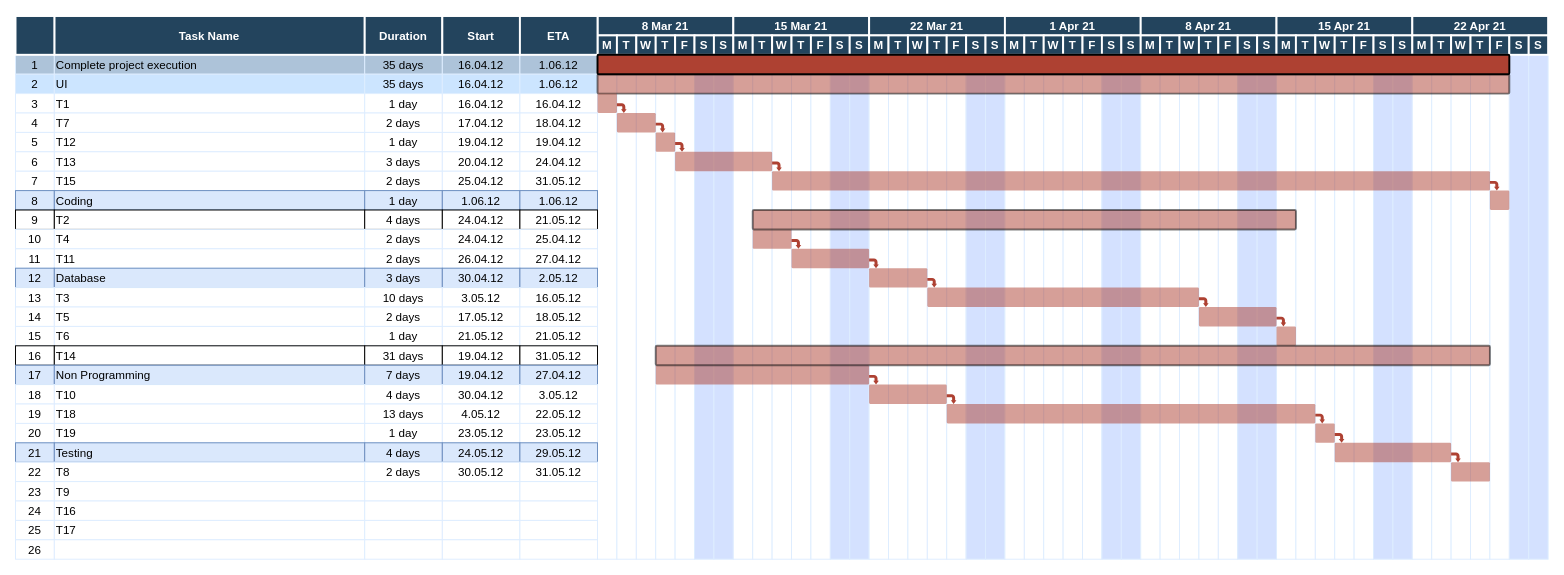
Earlier version of the draw.io diagram GanttChart.drawio (UEAHealthTracker/HealthTracker). Source tidied: cells renumbered, new cells numbered last; positions are measured from the earlier drawing's top-left corner, leaving out a move shared by most shapes. Both pictures are drawn from the tidied source at 97%, with x=0, y=0 at pixel (15, 16).
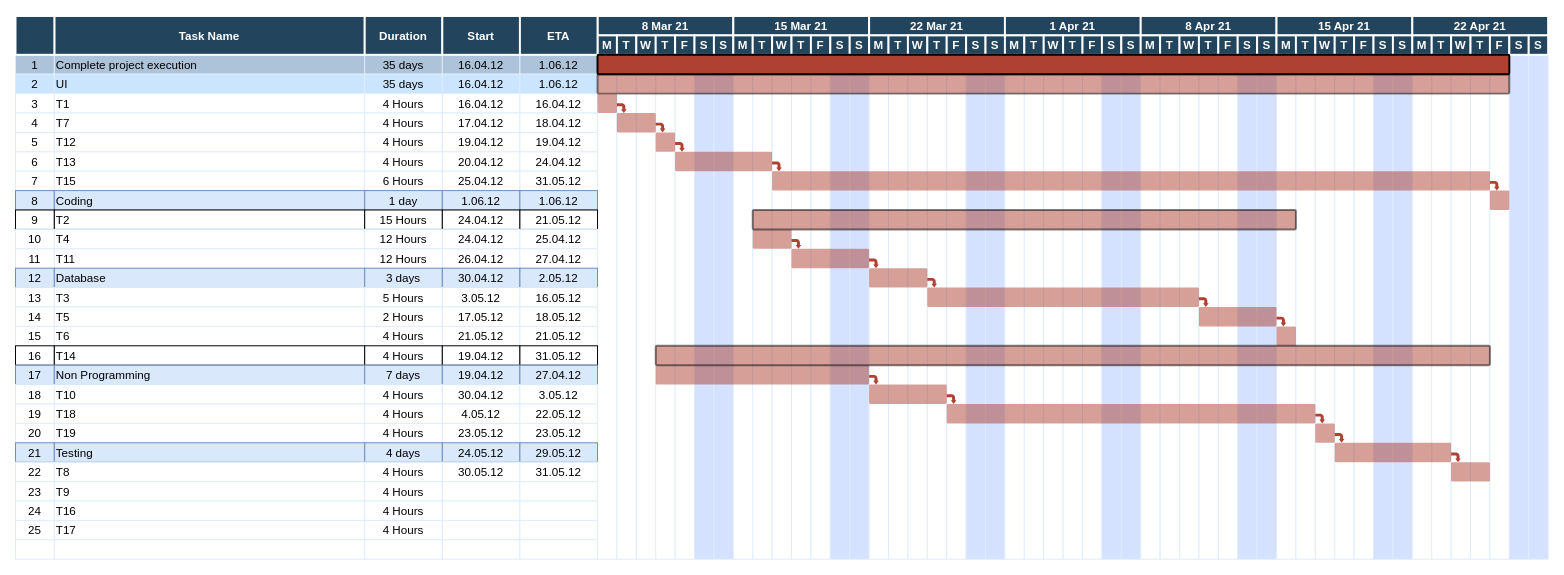
Above is the later version.

The edit, as a diff of the source:
```diff
@@
-    <mxCell id="15" value="1 day" style="strokeColor=#DEEDFF;" parent="1" vertex="1">
+    <mxCell id="15" value="4 Hours" style="strokeColor=#DEEDFF;" parent="1" vertex="1">
       <mxGeometry x="360.5" y="80" width="80" height="20" as="geometry" />
     </mxCell>
@@
-    <mxCell id="20" value="2 days" style="strokeColor=#DEEDFF;" parent="1" vertex="1">
+    <mxCell id="20" value="4 Hours" style="strokeColor=#DEEDFF;" parent="1" vertex="1">
       <mxGeometry x="360.5" y="100" width="80" height="20" as="geometry" />
     </mxCell>
@@
-    <mxCell id="25" value="1 day" style="strokeColor=#DEEDFF;" parent="1" vertex="1">
+    <mxCell id="25" value="4 Hours" style="strokeColor=#DEEDFF;" parent="1" vertex="1">
       <mxGeometry x="360.5" y="120" width="80" height="20" as="geometry" />
     </mxCell>
@@
-    <mxCell id="30" value="3 days" style="strokeColor=#DEEDFF;" parent="1" vertex="1">
+    <mxCell id="30" value="4 Hours" style="strokeColor=#DEEDFF;" parent="1" vertex="1">
       <mxGeometry x="360.5" y="140" width="80" height="20" as="geometry" />
     </mxCell>
@@
-    <mxCell id="35" value="2 days" style="strokeColor=#DEEDFF;" parent="1" vertex="1">
+    <mxCell id="35" value="6 Hours" style="strokeColor=#DEEDFF;" parent="1" vertex="1">
       <mxGeometry x="360.5" y="160" width="80" height="20" as="geometry" />
     </mxCell>
@@
-    <mxCell id="45" value="4 days" parent="1" vertex="1">
+    <mxCell id="45" value="15 Hours" parent="1" vertex="1">
       <mxGeometry x="360.5" y="200" width="80" height="20" as="geometry" />
     </mxCell>
@@
-    <mxCell id="50" value="2 days" style="strokeColor=#DEEDFF;" parent="1" vertex="1">
+    <mxCell id="50" value="12 Hours" style="strokeColor=#DEEDFF;" parent="1" vertex="1">
       <mxGeometry x="360.5" y="220" width="80" height="20" as="geometry" />
     </mxCell>
@@
-    <mxCell id="55" value="2 days" style="strokeColor=#DEEDFF;" parent="1" vertex="1">
+    <mxCell id="55" value="12 Hours" style="strokeColor=#DEEDFF;" parent="1" vertex="1">
       <mxGeometry x="360.5" y="240" width="80" height="20" as="geometry" />
     </mxCell>
@@
-    <mxCell id="65" value="10 days" style="strokeColor=#DEEDFF;" parent="1" vertex="1">
+    <mxCell id="65" value="5 Hours" style="strokeColor=#DEEDFF;" parent="1" vertex="1">
       <mxGeometry x="360.5" y="280" width="80" height="20" as="geometry" />
     </mxCell>
@@
-    <mxCell id="70" value="2 days" style="strokeColor=#DEEDFF;" parent="1" vertex="1">
+    <mxCell id="70" value="2 Hours" style="strokeColor=#DEEDFF;" parent="1" vertex="1">
       <mxGeometry x="360.5" y="300" width="80" height="20" as="geometry" />
     </mxCell>
@@
-    <mxCell id="75" value="1 day" style="strokeColor=#DEEDFF;fillColor=#FFFFFF;" parent="1" vertex="1">
+    <mxCell id="75" value="4 Hours" style="strokeColor=#DEEDFF;fillColor=#FFFFFF;" parent="1" vertex="1">
       <mxGeometry x="360.5" y="320" width="80" height="20" as="geometry" />
     </mxCell>
@@
-    <mxCell id="80" value="31 days" parent="1" vertex="1">
+    <mxCell id="80" value="4 Hours" parent="1" vertex="1">
       <mxGeometry x="360.5" y="340" width="80" height="20" as="geometry" />
     </mxCell>
@@
-    <mxCell id="90" value="4 days" style="strokeColor=#DEEDFF;" parent="1" vertex="1">
+    <mxCell id="90" value="4 Hours" style="strokeColor=#DEEDFF;" parent="1" vertex="1">
       <mxGeometry x="360.5" y="380" width="80" height="20" as="geometry" />
     </mxCell>
@@
-    <mxCell id="95" value="13 days" style="strokeColor=#DEEDFF;" parent="1" vertex="1">
+    <mxCell id="95" value="4 Hours" style="strokeColor=#DEEDFF;" parent="1" vertex="1">
       <mxGeometry x="360.5" y="400" width="80" height="20" as="geometry" />
     </mxCell>
@@
-    <mxCell id="100" value="1 day" style="strokeColor=#DEEDFF;" parent="1" vertex="1">
+    <mxCell id="100" value="4 Hours" style="strokeColor=#DEEDFF;" parent="1" vertex="1">
       <mxGeometry x="360.5" y="420" width="80" height="20" as="geometry" />
     </mxCell>
@@
-    <mxCell id="110" value="2 days" style="strokeColor=#DEEDFF;" parent="1" vertex="1">
+    <mxCell id="110" value="4 Hours" style="strokeColor=#DEEDFF;" parent="1" vertex="1">
       <mxGeometry x="360.5" y="460" width="80" height="20" as="geometry" />
     </mxCell>
@@
-    <mxCell id="115" style="strokeColor=#DEEDFF;" parent="1" vertex="1">
+    <mxCell id="115" value="4 Hours" style="strokeColor=#DEEDFF;" parent="1" vertex="1">
       <mxGeometry x="360.5" y="480" width="80" height="20" as="geometry" />
     </mxCell>
@@
-    <mxCell id="120" style="strokeColor=#DEEDFF;" parent="1" vertex="1">
+    <mxCell id="120" value="4 Hours" style="strokeColor=#DEEDFF;" parent="1" vertex="1">
       <mxGeometry x="360.5" y="500" width="80" height="20" as="geometry" />
     </mxCell>
@@
-    <mxCell id="125" style="strokeColor=#DEEDFF;" parent="1" vertex="1">
+    <mxCell id="125" value="4 Hours" style="strokeColor=#DEEDFF;" parent="1" vertex="1">
       <mxGeometry x="360.5" y="520" width="80" height="20" as="geometry" />
     </mxCell>
@@
-    <mxCell id="128" value="26" style="strokeColor=#DEEDFF;" parent="1" vertex="1">
+    <mxCell id="128" style="strokeColor=#DEEDFF;" parent="1" vertex="1">
       <mxGeometry x="0.5" y="540" width="40" height="20" as="geometry" />
     </mxCell>
```
